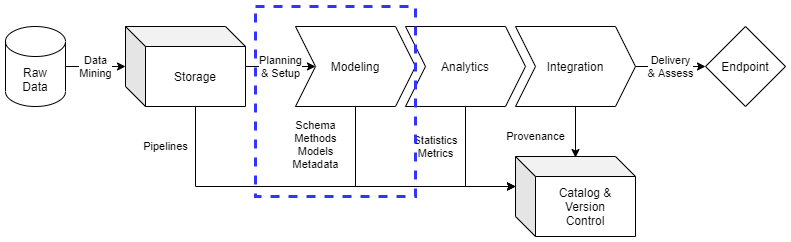
CertusGroup/ciutshi keeps this draw.io diagram as docs/source/static/images/dm_overview_modeling.png. Above is the earlier version. Source tidied: cells renumbered, new cells last; positions are measured from the earlier drawing's top-left corner, leaving out a move shared by most shapes.
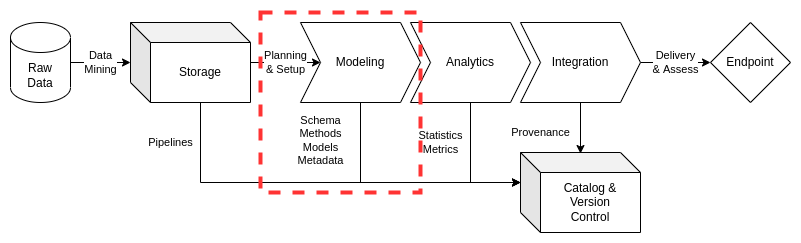
Later version of the same file.

Change to the diagram source:
```diff
@@ -44,8 +44,8 @@
     <mxCell id="15" value="Catalog &amp;amp;&lt;br&gt;Version&lt;br&gt;Control" style="shape=cube;whiteSpace=wrap;html=1;boundedLbl=1;backgroundOutline=1;darkOpacity=0.05;darkOpacity2=0.1;" parent="1" vertex="1">
       <mxGeometry x="510" y="150" width="120" height="80" as="geometry" />
     </mxCell>
-    <mxCell id="16" style="rounded=0;whiteSpace=wrap;html=1;fillColor=none;dashed=1;strokeWidth=3;strokeColor=#3333FF;" parent="1" vertex="1">
-      <mxGeometry x="250" width="160" height="190" as="geometry" />
-    </mxCell>
+    <mxCell id="17" style="rounded=0;whiteSpace=wrap;html=1;dashed=1;strokeColor=#FF3333;strokeWidth=4;fillColor=none;" parent="1" vertex="1">
+      <mxGeometry x="250" y="10" width="160" height="180" as="geometry" />
+    </mxCell>
   </root>
 </mxGraphModel>
```
